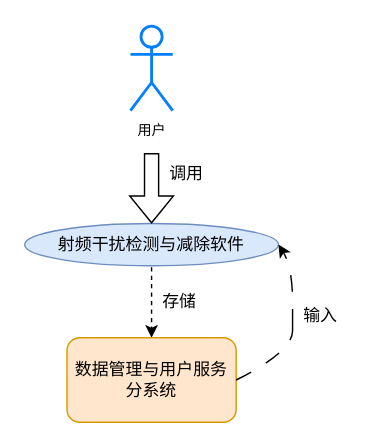
Above: 干扰减除用况图.drawio in zuoshifan/draw_io_diagrams (draw.io), before the change. Source tidied: cells renumbered, new cells numbered last; positions are measured from the earlier drawing's top-left corner, leaving out a move shared by most shapes. Both pictures are drawn from the tidied source at 141%, with x=0, y=0 at pixel (24, 25).
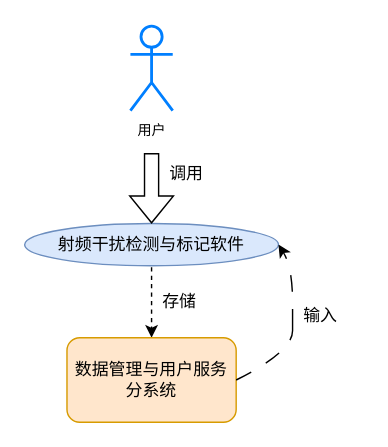
The same diagram, later.

Commit message:
Update 干扰减除用况图->干扰标记用况图.drawio

Change to the diagram source:
```diff
@@
 <mxGraphModel>
   <root>
     <mxCell id="0" />
     <mxCell id="1" parent="0" />
     <mxCell id="2" value="&lt;font style=&quot;font-size: 10px;&quot;&gt;用户&lt;/font&gt;" style="shape=umlActor;verticalLabelPosition=bottom;verticalAlign=top;html=1;fillColor=none;strokeColor=#007FFF;strokeWidth=2;" parent="1" vertex="1">
       <mxGeometry x="75" width="30" height="60" as="geometry" />
     </mxCell>
-    <mxCell id="3" value="射频干扰检测与减除软件" style="ellipse;whiteSpace=wrap;html=1;fillColor=#dae8fc;strokeColor=#6c8ebf;" parent="1" vertex="1">
+    <mxCell id="3" value="射频干扰检测与标记软件" style="ellipse;whiteSpace=wrap;html=1;fillColor=#dae8fc;strokeColor=#6c8ebf;" parent="1" vertex="1">
       <mxGeometry y="140" width="180" height="30" as="geometry" />
     </mxCell>
     <mxCell id="4" style="shape=flexArrow;endArrow=classic;html=1;rounded=0;entryX=0.5;entryY=0;entryDx=0;entryDy=0;" parent="1" edge="1">
       <mxGeometry relative="1" as="geometry">
         <mxPoint x="90" y="90" as="sourcePoint" />
         <mxPoint x="90" y="140" as="targetPoint" />
       </mxGeometry>
     </mxCell>
     <mxCell id="5" style="endArrow=classic;html=1;rounded=0;dashed=1;entryX=0.5;entryY=0;entryDx=0;entryDy=0;" parent="1" edge="1" target="8">
       <mxGeometry relative="1" as="geometry">
         <mxPoint x="90" y="171" as="sourcePoint" />
       </mxGeometry>
     </mxCell>
     <mxCell id="6" value="调用" style="text;html=1;align=center;verticalAlign=middle;whiteSpace=wrap;rounded=0;" parent="1" vertex="1">
       <mxGeometry x="80" y="90" width="70" height="30" as="geometry" />
     </mxCell>
     <mxCell id="7" value="存储" style="text;html=1;align=center;verticalAlign=middle;whiteSpace=wrap;rounded=0;" parent="1" vertex="1">
       <mxGeometry x="80" y="181" width="60" height="30" as="geometry" />
     </mxCell>
     <mxCell id="8" value="数据管理与用户服务分系统" style="rounded=1;whiteSpace=wrap;html=1;fillColor=#ffe6cc;strokeColor=#d79b00;" parent="1" vertex="1">
       <mxGeometry x="30" y="221" width="120" height="60" as="geometry" />
     </mxCell>
     <mxCell id="9" style="curved=1;endArrow=classic;html=1;rounded=0;exitX=1;exitY=0.5;exitDx=0;exitDy=0;entryX=1;entryY=0.5;entryDx=0;entryDy=0;dashed=1;dashPattern=12 12;" parent="1" edge="1" source="8" target="3">
       <mxGeometry relative="1" as="geometry">
         <Array as="points">
           <mxPoint x="190" y="231" />
           <mxPoint x="190" y="201" />
           <mxPoint x="190" y="221" />
           <mxPoint x="190" y="171" />
         </Array>
       </mxGeometry>
     </mxCell>
     <mxCell id="10" value="输入" style="text;html=1;align=center;verticalAlign=middle;whiteSpace=wrap;rounded=0;" parent="1" vertex="1">
       <mxGeometry x="180" y="191" width="60" height="30" as="geometry" />
     </mxCell>
   </root>
 </mxGraphModel>
```
